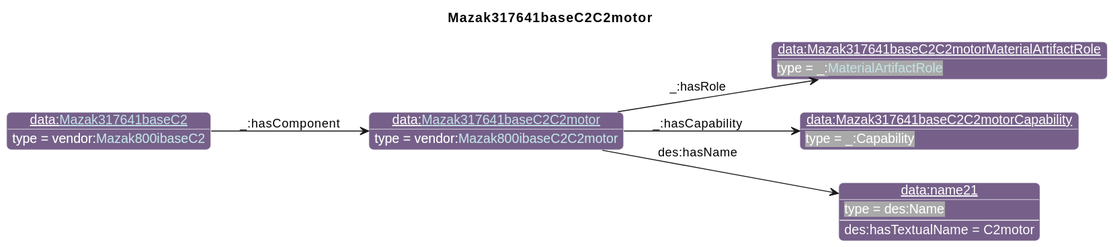
Earlier version of the PlantUML export diagrams/Mazak317641baseC2C2motor.svg (iofoundry/example-syseng-mtconnect).
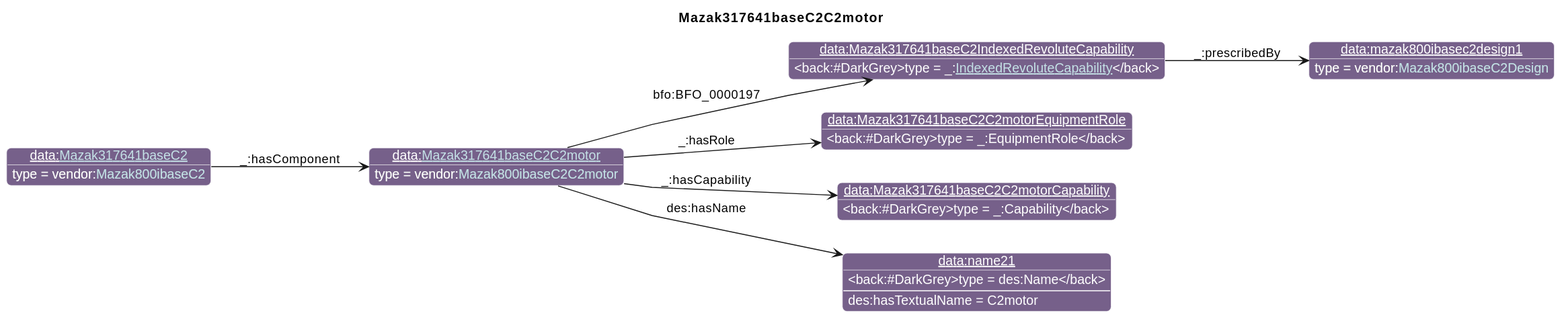
Above is the later version.

The edit, as a diff of the source:
```diff
@@ -26,13 +26,17 @@
                       "qp":"641B2E"
       }
 individual(o0, data:[[./Mazak317641baseC2C2motor.html Mazak317641baseC2C2motor]], vendor:[[../Mazak.html#Mazak800ibaseC2C2motor Mazak800ibaseC2C2motor]])
-individual(o1, data:Mazak317641baseC2C2motorMaterialArtifactRole, _:[[../MTConnect.html#MaterialArtifactRole MaterialArtifactRole]])
-individual(o2, data:Mazak317641baseC2C2motorCapability, _:Capability)
-individual(o3, data:name21, des:Name)
-individual(o4, data:[[./Mazak317641baseC2.html Mazak317641baseC2]], vendor:[[../Mazak.html#Mazak800ibaseC2 Mazak800ibaseC2]])
-property(o0, "_:hasRole", o1)
-property(o0, "_:hasCapability", o2)
-property(o0, "des:hasName", o3)
-data(o3, "des:hasTextualName", "C2motor")
-property(o4, "_:hasComponent", o0)
+individual(o1, data:Mazak317641baseC2IndexedRevoluteCapability, _:[[../MTConnect.html#IndexedRevoluteCapability IndexedRevoluteCapability]])
+individual(o2, data:mazak800ibasec2design1, vendor:[[../Mazak.html#Mazak800ibaseC2Design Mazak800ibaseC2Design]])
+individual(o3, data:Mazak317641baseC2C2motorEquipmentRole, _:EquipmentRole)
+individual(o4, data:Mazak317641baseC2C2motorCapability, _:Capability)
+individual(o5, data:name21, des:Name)
+individual(o6, data:[[./Mazak317641baseC2.html Mazak317641baseC2]], vendor:[[../Mazak.html#Mazak800ibaseC2 Mazak800ibaseC2]])
+property(o0, "bfo:BFO_0000197", o1)
+property(o1, "_:prescribedBy", o2)
+property(o0, "_:hasRole", o3)
+property(o0, "_:hasCapability", o4)
+property(o0, "des:hasName", o5)
+data(o5, "des:hasTextualName", "C2motor")
+property(o6, "_:hasComponent", o0)
 @enduml
```
